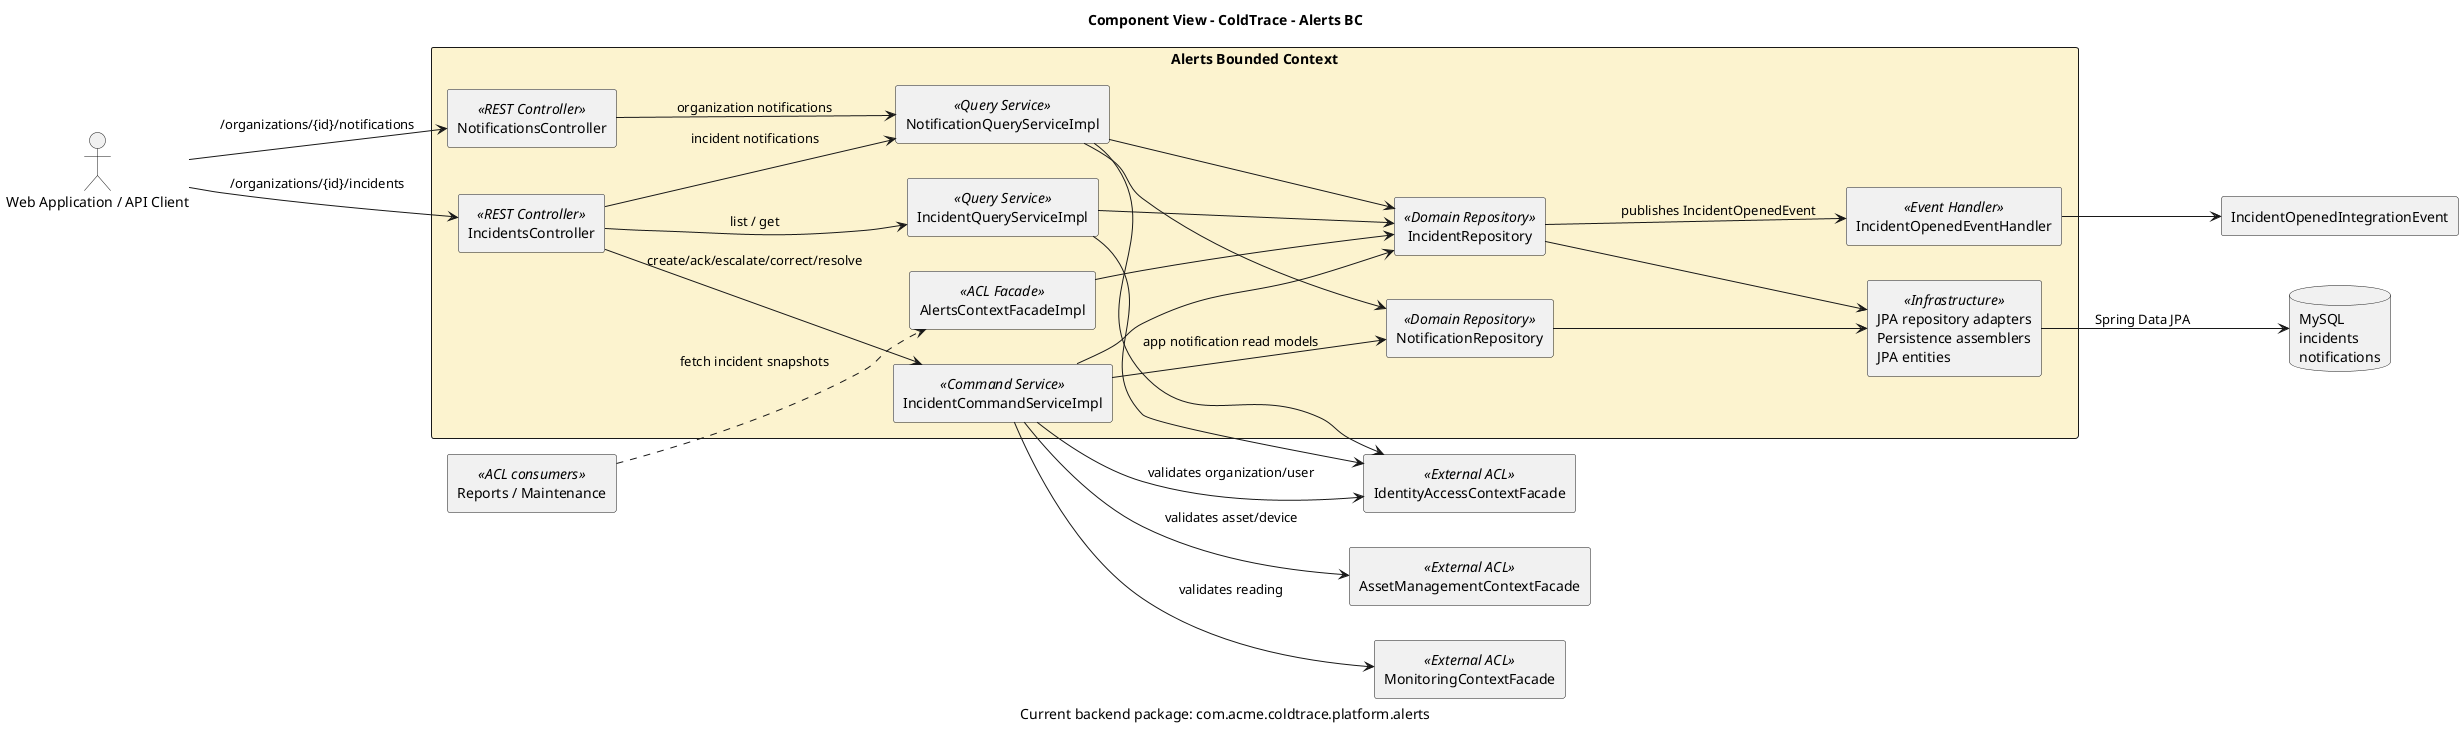
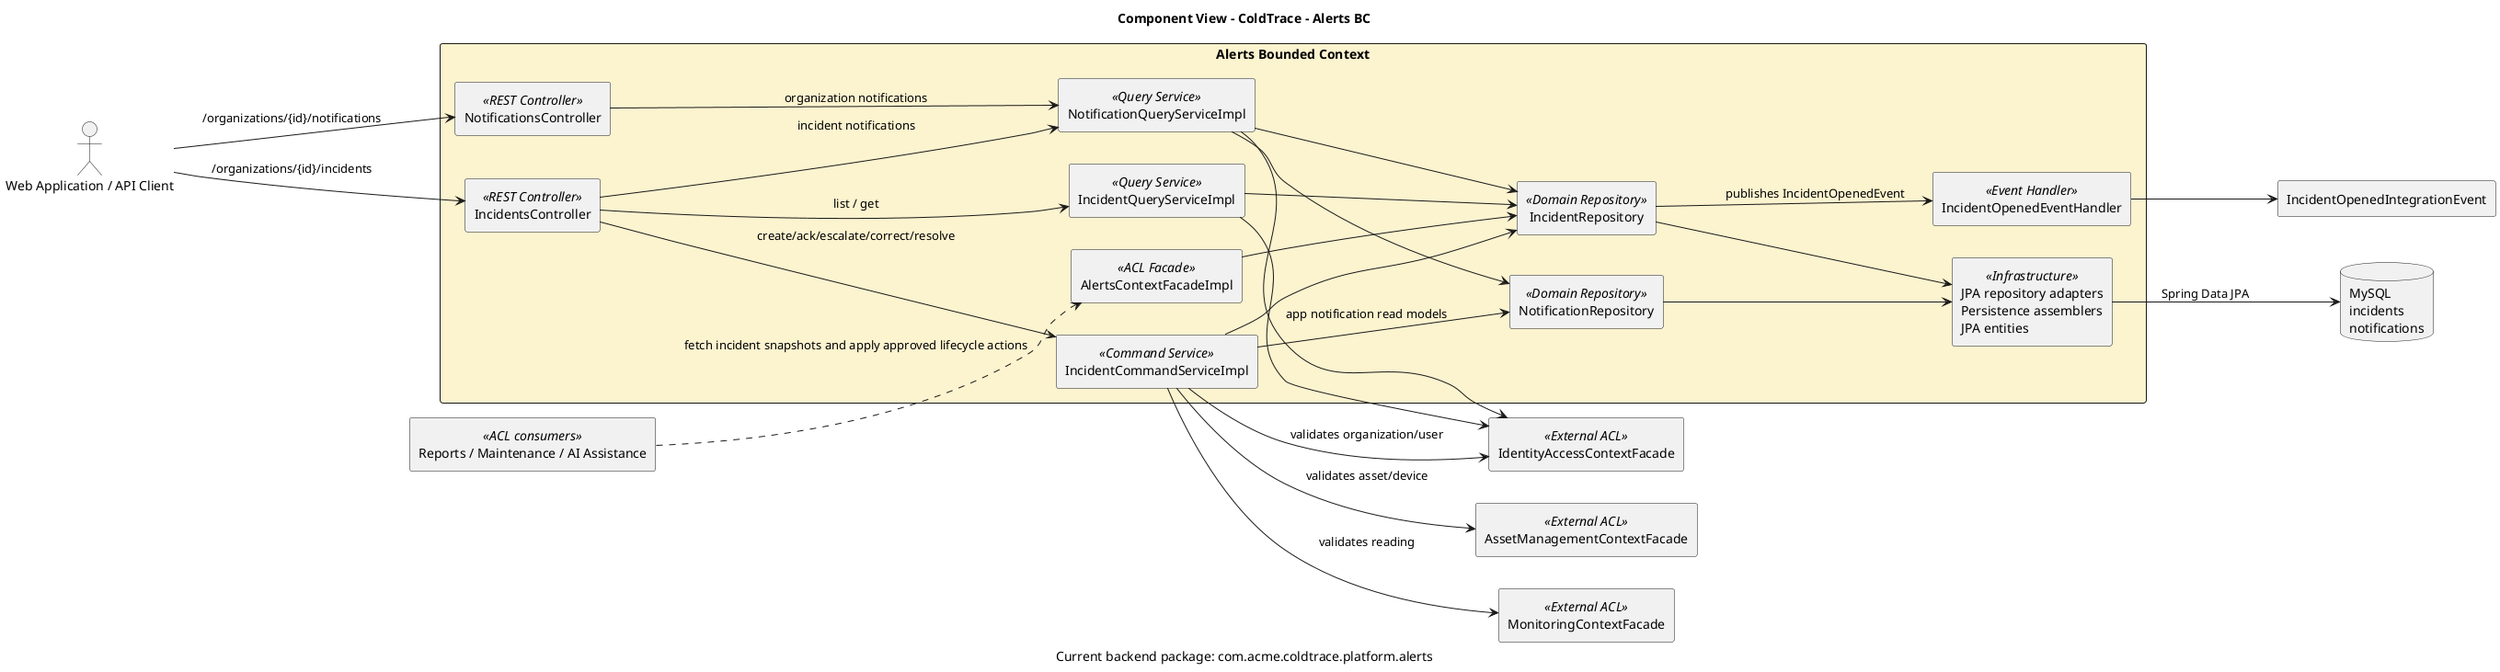
@startuml

title Component View - ColdTrace - Alerts BC
caption Current backend package: com.acme.coldtrace.platform.alerts

left to right direction
skinparam componentStyle rectangle
skinparam packageStyle rectangle
skinparam shadowing false

actor "Web Application / API Client" as client
database "MySQL\nincidents\nnotifications" as db

component "IdentityAccessContextFacade" as identity_facade <<External ACL>>
component "AssetManagementContextFacade" as asset_facade <<External ACL>>
component "MonitoringContextFacade" as monitoring_facade <<External ACL>>
- component "Reports / Maintenance" as other_bcs <<ACL consumers>>
+ component "Reports / Maintenance / AI Assistance" as other_bcs <<ACL consumers>>

package "Alerts Bounded Context" #FCF3CF {

  [IncidentsController] <<REST Controller>> as incidents_ctrl
  [NotificationsController] <<REST Controller>> as notifications_ctrl

  [IncidentCommandServiceImpl] <<Command Service>> as incident_cmd
  [IncidentQueryServiceImpl] <<Query Service>> as incident_query
  [NotificationQueryServiceImpl] <<Query Service>> as notification_query
  [AlertsContextFacadeImpl] <<ACL Facade>> as alerts_facade
  [IncidentOpenedEventHandler] <<Event Handler>> as incident_event_handler

  [IncidentRepository] <<Domain Repository>> as incident_repo
  [NotificationRepository] <<Domain Repository>> as notification_repo
  [JPA repository adapters\nPersistence assemblers\nJPA entities] <<Infrastructure>> as persistence
}

client --> incidents_ctrl : /organizations/{id}/incidents
client --> notifications_ctrl : /organizations/{id}/notifications

incidents_ctrl --> incident_cmd : create/ack/escalate/correct/resolve
incidents_ctrl --> incident_query : list / get
incidents_ctrl --> notification_query : incident notifications
notifications_ctrl --> notification_query : organization notifications

incident_cmd --> identity_facade : validates organization/user
incident_cmd --> asset_facade : validates asset/device
incident_cmd --> monitoring_facade : validates reading
incident_query --> identity_facade
notification_query --> identity_facade

incident_cmd --> incident_repo
incident_cmd --> notification_repo : app notification read models
incident_query --> incident_repo
notification_query --> notification_repo
notification_query --> incident_repo

incident_repo --> incident_event_handler : publishes IncidentOpenedEvent
incident_event_handler --> [IncidentOpenedIntegrationEvent]

alerts_facade --> incident_repo
- other_bcs ..> alerts_facade : fetch incident snapshots
+ other_bcs ..> alerts_facade : fetch incident snapshots and apply approved lifecycle actions

incident_repo --> persistence
notification_repo --> persistence
persistence --> db : Spring Data JPA

@enduml
